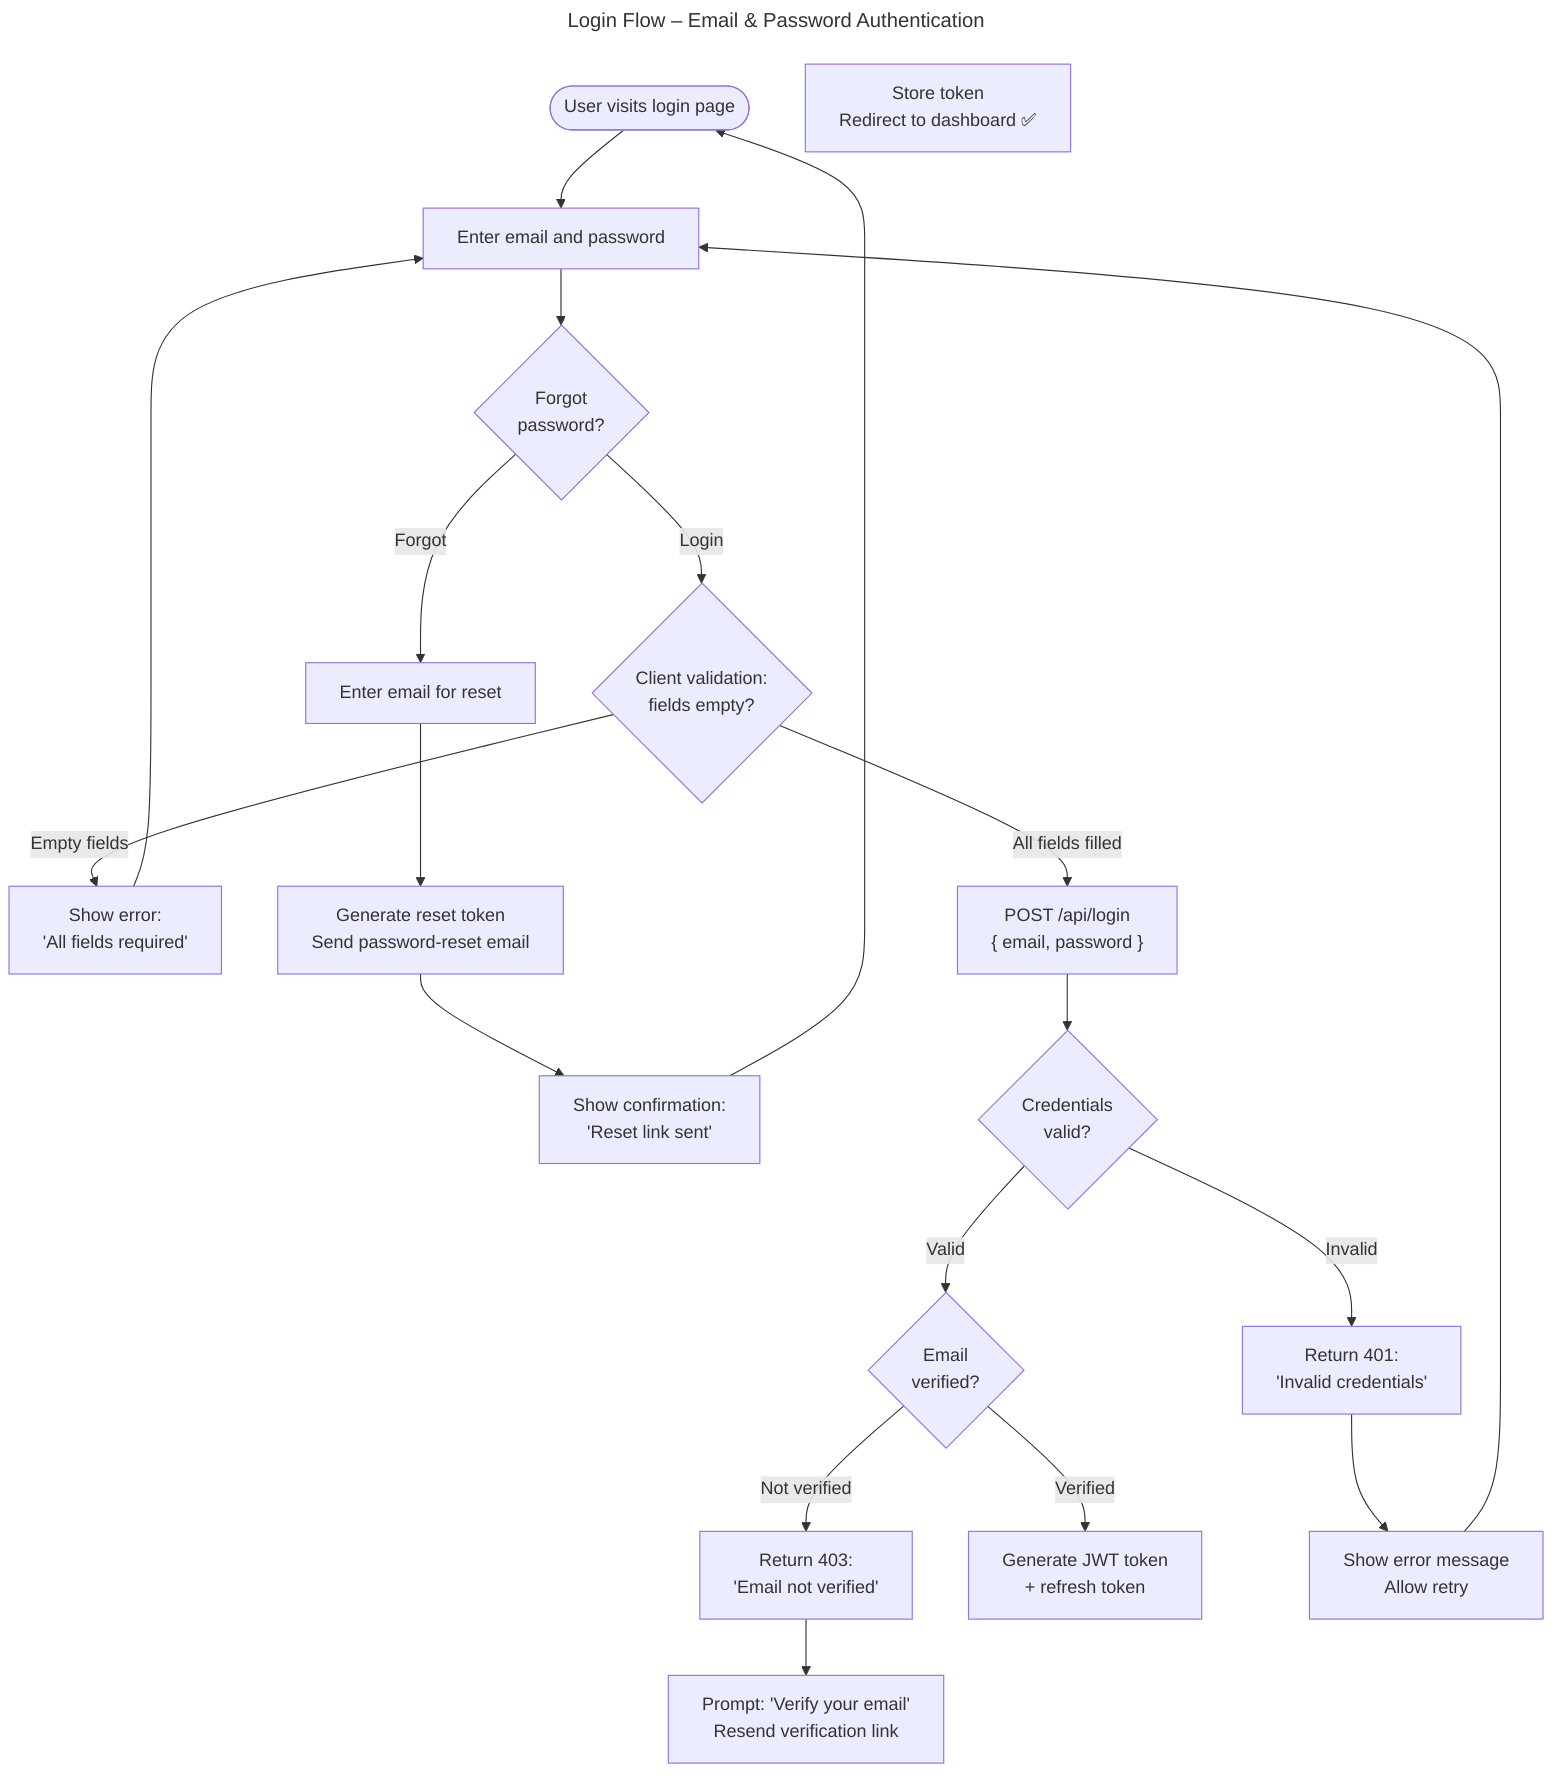
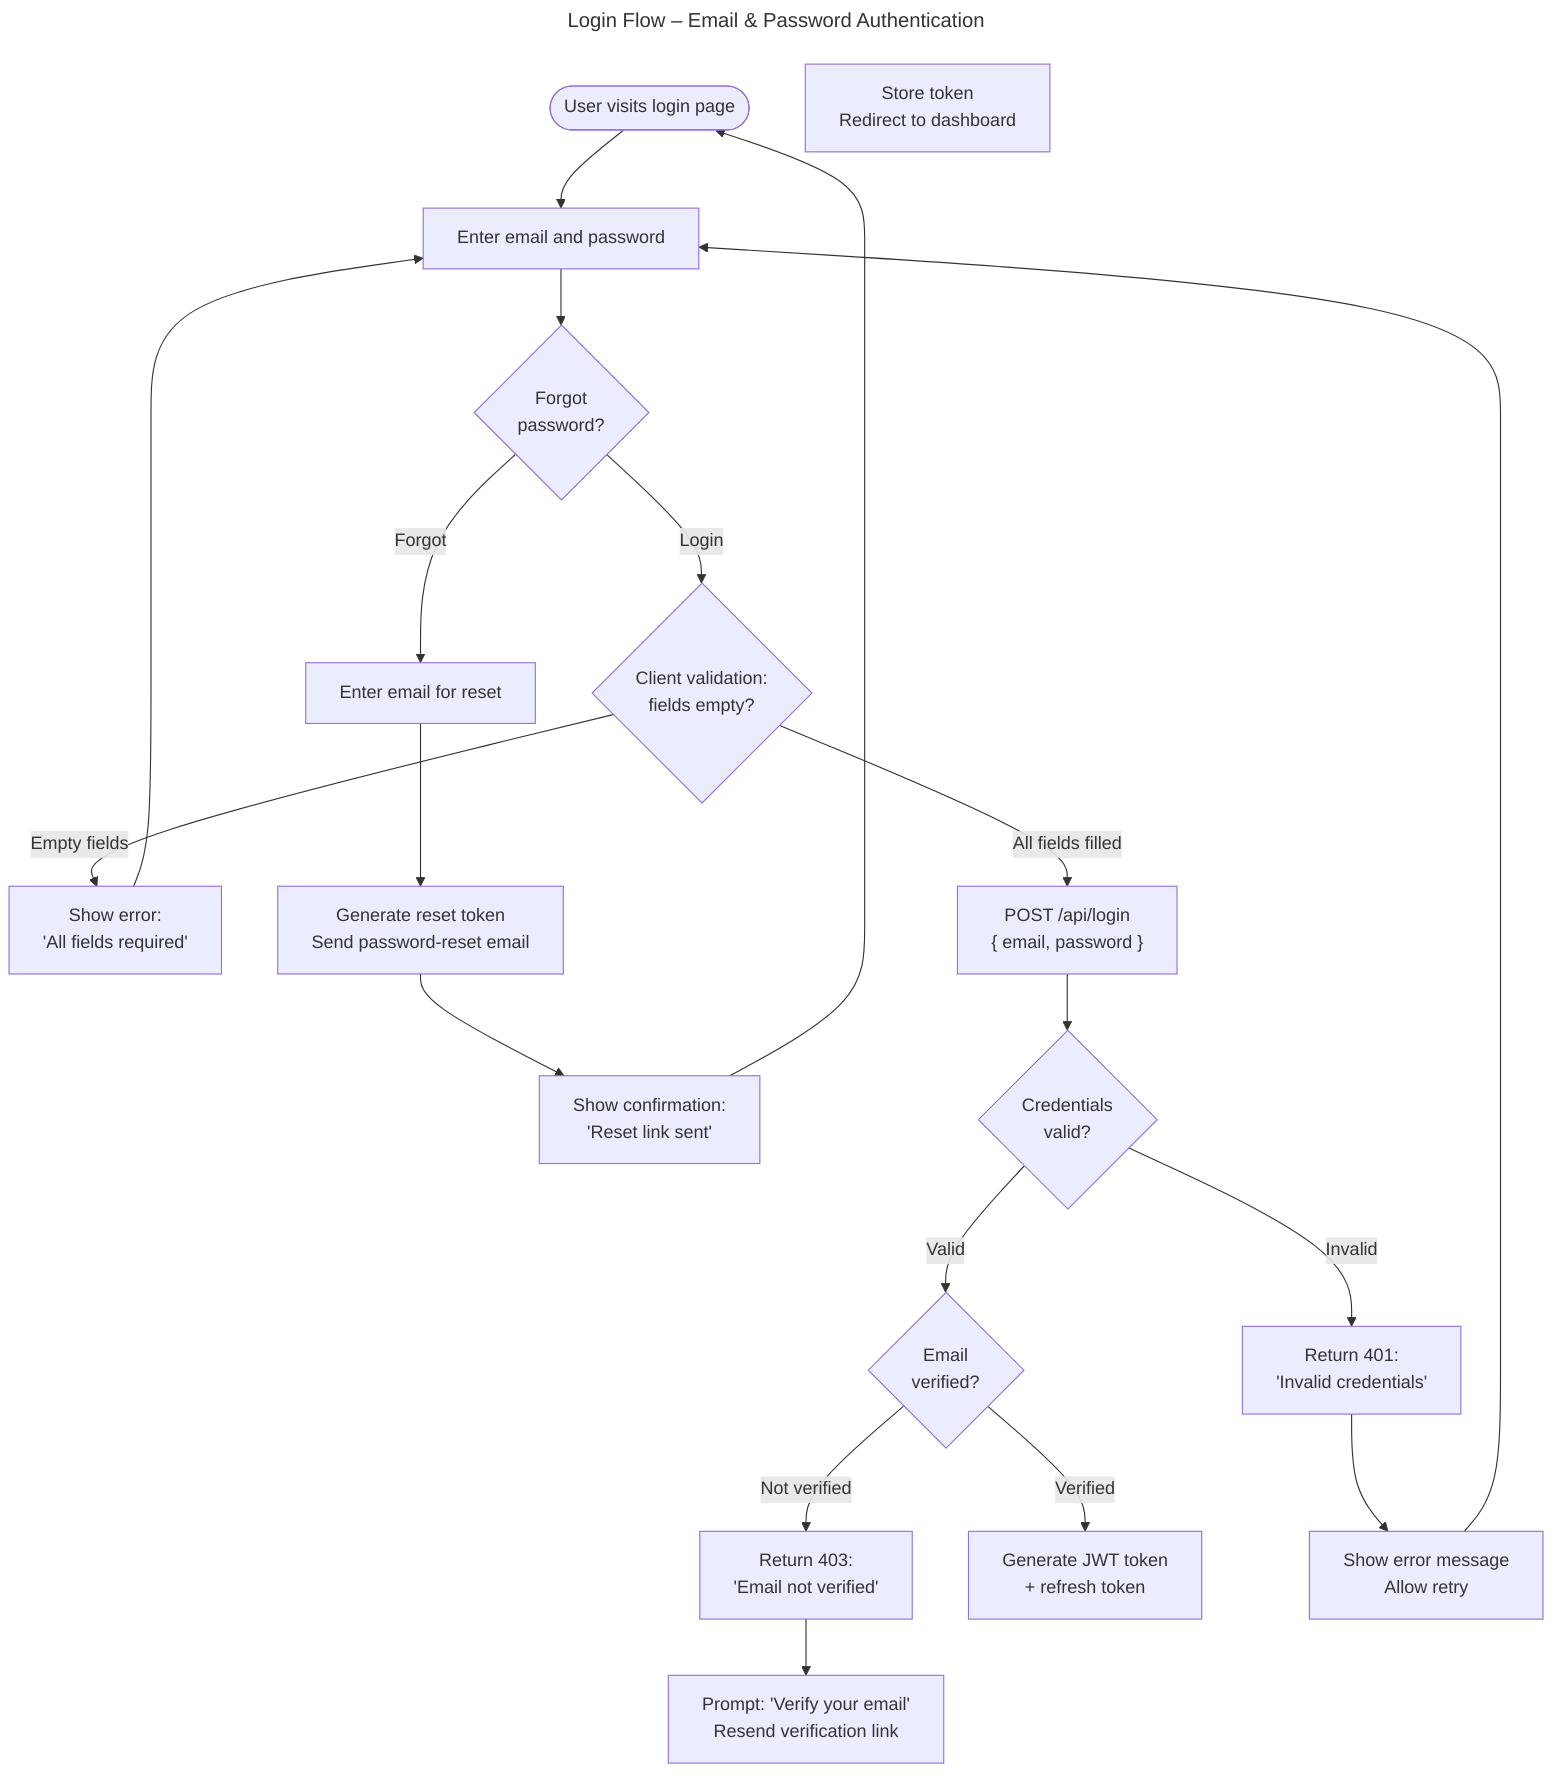
---
title: Login Flow – Email & Password Authentication
theme: dark
---

flowchart TD
    A([User visits login page])
    B[Enter email and password]
    C{"Forgot\npassword?"}
    D[Enter email for reset]
    E[Show confirmation:\n'Reset link sent']
    F{"Client validation:\nfields empty?"}
    G[Show error:\n'All fields required']
    H["POST /api/login\n{ email, password }"]

    J{"Credentials\nvalid?"}
    K[Return 401:\n'Invalid credentials']
    L{"Email\nverified?"}
    M[Return 403:\n'Email not verified']
    N["Generate JWT token\n+ refresh token"]

    O["Generate reset token\nSend password-reset email"]

    P[Show error message\nAllow retry]
    Q["Prompt: 'Verify your email'\nResend verification link"]
-     R[Store token\nRedirect to dashboard ✅]
+     R[Store token\nRedirect to dashboard]

    A --> B
    B --> C
    C -->|"Forgot"| D
    C -->|"Login"| F
    D --> O
    O --> E
    E --> A

    F -->|"Empty fields"| G
    G --> B
    F -->|"All fields filled"| H
    H --> J

    J -->|"Invalid"| K
    K --> P
    P --> B

    J -->|"Valid"| L
    L -->|"Not verified"| M
    M --> Q


    L -->|"Verified"| N



%%# @155,55 Hola